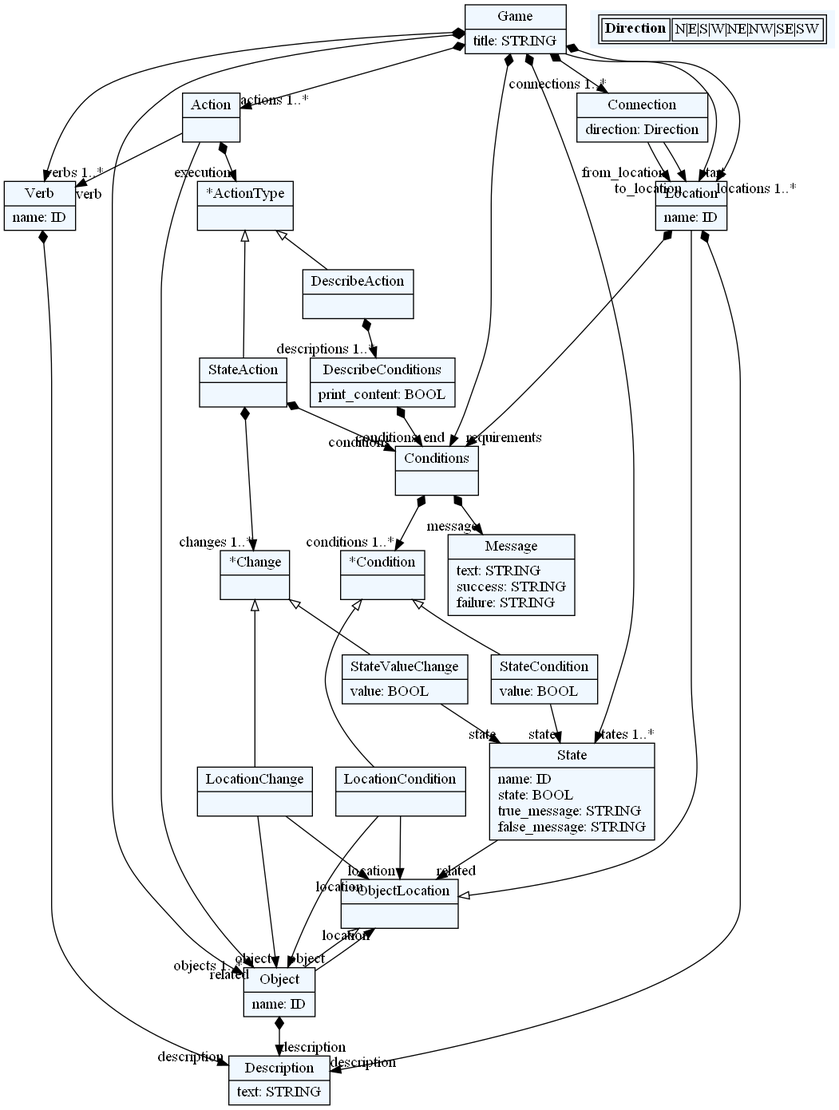
Above: dotexport/grammar.png in AleksaIvkovic/WhatIf (Graphviz), before the change. Its source is kept beside it as dotexport/grammar.dot. Its diagram source:
```dot
    digraph textX {
    fontname = "Bitstream Vera Sans"
    fontsize = 8
    node[
        shape=record,
        style=filled,
        fillcolor=aliceblue
    ]
    nodesep = 0.3
    edge[dir=black,arrowtail=empty]


2930146832112[ label="{Game|title: STRING\l}"]

2930146844384[ label="{Verb|name: ID\l}"]

2930146829280[ label="{Location|name: ID\l}"]

2930146810400[ label="{Conditions|}"]

2930146809456[ label="{*Condition|}"]

2930146817008[ label="{StateCondition|value: BOOL\l}"]

2930146819840[ label="{LocationCondition|}"]

2930146852880[ label="{*ObjectLocation|}"]

2930146813232[ label="{Connection|direction: Direction\l}"]

2930146833056[ label="{Object|name: ID\l}"]

2930146828336[ label="{State|name: ID\lstate: BOOL\ltrue_message: STRING\lfalse_message: STRING\l}"]

2930146811344[ label="{*Change|}"]

2930146863264[ label="{StateValueChange|value: BOOL\l}"]

2930146857600[ label="{LocationChange|}"]

2930146827392[ label="{Action|}"]

2930146864208[ label="{*ActionType|}"]

2930178527008[ label="{StateAction|}"]

2930178525120[ label="{DescribeAction|}"]

2930146826448[ label="{DescribeConditions|print_content: BOOL\l}"]

2930146825504[ label="{Description|text: STRING\l}"]

2930146837776[ label="{Message|text: STRING\lsuccess: STRING\lfailure: STRING\l}"]



2930146832112 -> 2930146829280[headlabel="start "]
2930146832112 -> 2930146810400[arrowtail=diamond, dir=both, headlabel="end "]
2930146832112 -> 2930146829280[arrowtail=diamond, dir=both, headlabel="locations 1..*"]
2930146832112 -> 2930146813232[arrowtail=diamond, dir=both, headlabel="connections 1..*"]
2930146832112 -> 2930146833056[arrowtail=diamond, dir=both, headlabel="objects 1..*"]
2930146832112 -> 2930146828336[arrowtail=diamond, dir=both, headlabel="states 1..*"]
2930146832112 -> 2930146827392[arrowtail=diamond, dir=both, headlabel="actions 1..*"]
2930146832112 -> 2930146844384[arrowtail=diamond, dir=both, headlabel="verbs 1..*"]
2930146844384 -> 2930146825504[arrowtail=diamond, dir=both, headlabel="description "]
2930146829280 -> 2930146825504[arrowtail=diamond, dir=both, headlabel="description "]
2930146829280 -> 2930146810400[arrowtail=diamond, dir=both, headlabel="requirements "]
2930146810400 -> 2930146809456[arrowtail=diamond, dir=both, headlabel="conditions 1..*"]
2930146810400 -> 2930146837776[arrowtail=diamond, dir=both, headlabel="message "]
2930146809456 -> 2930146817008 [dir=back]
2930146809456 -> 2930146819840 [dir=back]
2930146817008 -> 2930146828336[headlabel="state "]
2930146819840 -> 2930146833056[headlabel="object "]
2930146819840 -> 2930146852880[headlabel="location "]
2930146852880 -> 2930146829280 [dir=back]
2930146852880 -> 2930146833056 [dir=back]
2930146813232 -> 2930146829280[headlabel="from_location "]
2930146813232 -> 2930146829280[headlabel="to_location "]
2930146833056 -> 2930146825504[arrowtail=diamond, dir=both, headlabel="description "]
2930146833056 -> 2930146852880[headlabel="location "]
2930146828336 -> 2930146852880[headlabel="related "]
2930146811344 -> 2930146863264 [dir=back]
2930146811344 -> 2930146857600 [dir=back]
2930146863264 -> 2930146828336[headlabel="state "]
2930146857600 -> 2930146833056[headlabel="object "]
2930146857600 -> 2930146852880[headlabel="location "]
2930146827392 -> 2930146844384[headlabel="verb "]
2930146827392 -> 2930146833056[headlabel="related "]
2930146827392 -> 2930146864208[arrowtail=diamond, dir=both, headlabel="execution "]
2930146864208 -> 2930178527008 [dir=back]
2930146864208 -> 2930178525120 [dir=back]
2930178527008 -> 2930146810400[arrowtail=diamond, dir=both, headlabel="conditions "]
2930178527008 -> 2930146811344[arrowtail=diamond, dir=both, headlabel="changes 1..*"]
2930178525120 -> 2930146826448[arrowtail=diamond, dir=both, headlabel="descriptions 1..*"]
2930146826448 -> 2930146810400[arrowtail=diamond, dir=both, headlabel="conditions "]
match_rules [ shape=plaintext, label=< <table>
	<tr>
		<td><b>Direction</b></td><td>N|E|S|W|NE|NW|SE|SW</td>
	</tr>
</table> >]


}
```
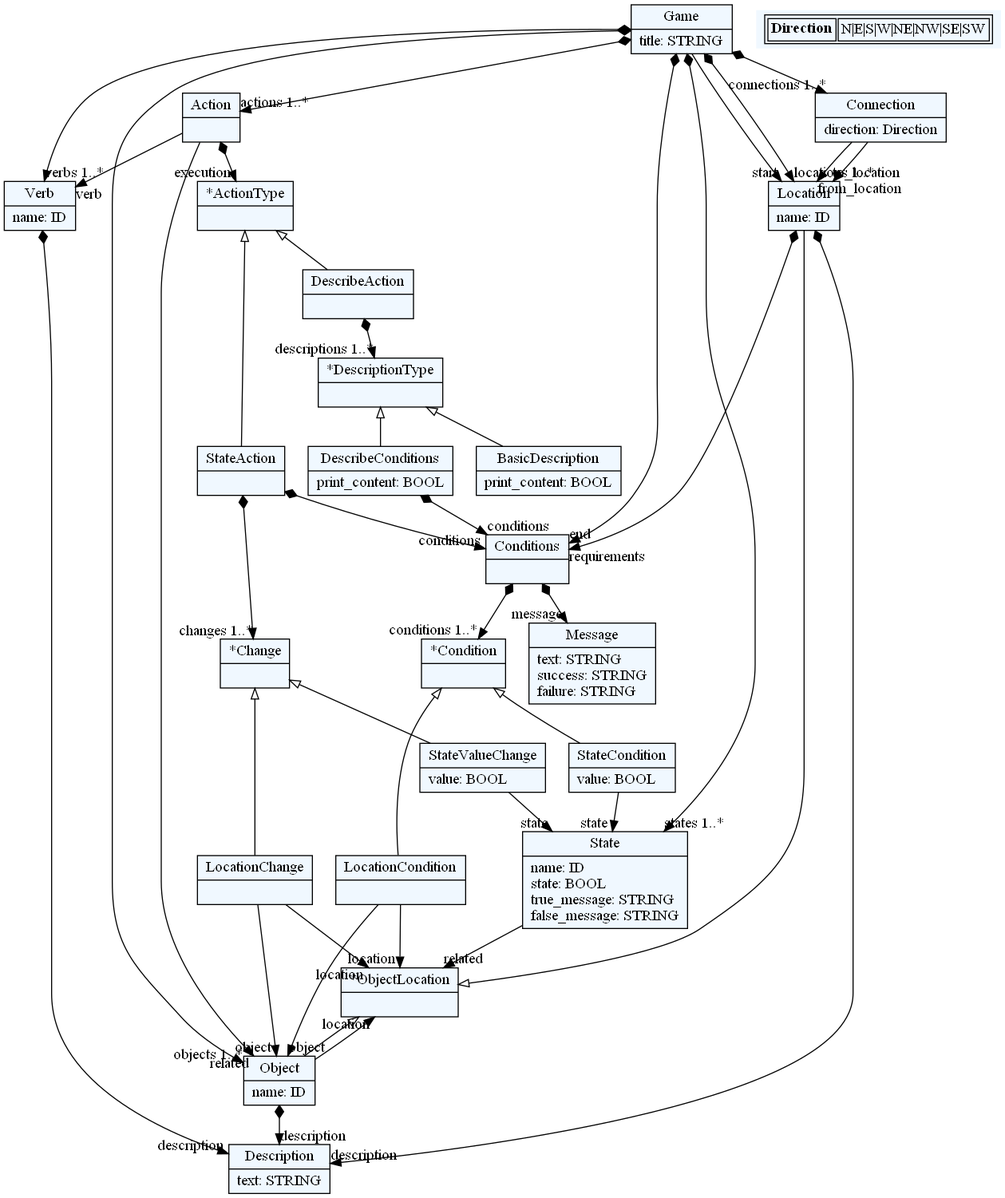
Above is the later version.

Diff of the diagram source:
```diff
@@ -10,89 +10,95 @@
     edge[dir=black,arrowtail=empty]
 
 
-2930146832112[ label="{Game|title: STRING\l}"]
+1899128651104[ label="{Game|title: STRING\l}"]
 
-2930146844384[ label="{Verb|name: ID\l}"]
+1899128658656[ label="{Verb|name: ID\l}"]
 
-2930146829280[ label="{Location|name: ID\l}"]
+1899128637888[ label="{Location|name: ID\l}"]
 
-2930146810400[ label="{Conditions|}"]
+1899128636944[ label="{Conditions|}"]
 
-2930146809456[ label="{*Condition|}"]
+1899128636000[ label="{*Condition|}"]
 
-2930146817008[ label="{StateCondition|value: BOOL\l}"]
+1899128673760[ label="{StateCondition|value: BOOL\l}"]
 
-2930146819840[ label="{LocationCondition|}"]
+1899128657712[ label="{LocationCondition|}"]
 
-2930146852880[ label="{*ObjectLocation|}"]
+1899128669984[ label="{*ObjectLocation|}"]
 
-2930146813232[ label="{Connection|direction: Direction\l}"]
+1899128678480[ label="{Connection|direction: Direction\l}"]
 
-2930146833056[ label="{Object|name: ID\l}"]
+1899128649216[ label="{Object|name: ID\l}"]
 
-2930146828336[ label="{State|name: ID\lstate: BOOL\ltrue_message: STRING\lfalse_message: STRING\l}"]
+1899128686032[ label="{State|name: ID\lstate: BOOL\ltrue_message: STRING\lfalse_message: STRING\l}"]
 
-2930146811344[ label="{*Change|}"]
+1899128683200[ label="{*Change|}"]
 
-2930146863264[ label="{StateValueChange|value: BOOL\l}"]
+1899128690752[ label="{StateValueChange|value: BOOL\l}"]
 
-2930146857600[ label="{LocationChange|}"]
+1899129433168[ label="{LocationChange|}"]
 
-2930146827392[ label="{Action|}"]
+1899129442608[ label="{Action|}"]
 
-2930146864208[ label="{*ActionType|}"]
+1899129434112[ label="{*ActionType|}"]
 
-2930178527008[ label="{StateAction|}"]
+1899129444496[ label="{StateAction|}"]
 
-2930178525120[ label="{DescribeAction|}"]
+1899129437888[ label="{DescribeAction|}"]
 
-2930146826448[ label="{DescribeConditions|print_content: BOOL\l}"]
+1899129439776[ label="{*DescriptionType|}"]
 
-2930146825504[ label="{Description|text: STRING\l}"]
+1899129415232[ label="{BasicDescription|print_content: BOOL\l}"]
 
-2930146837776[ label="{Message|text: STRING\lsuccess: STRING\lfailure: STRING\l}"]
+1899129441664[ label="{DescribeConditions|print_content: BOOL\l}"]
+
+1899129417120[ label="{Description|text: STRING\l}"]
+
+1899129422784[ label="{Message|text: STRING\lsuccess: STRING\lfailure: STRING\l}"]
 
 
 
-2930146832112 -> 2930146829280[headlabel="start "]
-2930146832112 -> 2930146810400[arrowtail=diamond, dir=both, headlabel="end "]
-2930146832112 -> 2930146829280[arrowtail=diamond, dir=both, headlabel="locations 1..*"]
-2930146832112 -> 2930146813232[arrowtail=diamond, dir=both, headlabel="connections 1..*"]
-2930146832112 -> 2930146833056[arrowtail=diamond, dir=both, headlabel="objects 1..*"]
-2930146832112 -> 2930146828336[arrowtail=diamond, dir=both, headlabel="states 1..*"]
-2930146832112 -> 2930146827392[arrowtail=diamond, dir=both, headlabel="actions 1..*"]
-2930146832112 -> 2930146844384[arrowtail=diamond, dir=both, headlabel="verbs 1..*"]
-2930146844384 -> 2930146825504[arrowtail=diamond, dir=both, headlabel="description "]
-2930146829280 -> 2930146825504[arrowtail=diamond, dir=both, headlabel="description "]
-2930146829280 -> 2930146810400[arrowtail=diamond, dir=both, headlabel="requirements "]
-2930146810400 -> 2930146809456[arrowtail=diamond, dir=both, headlabel="conditions 1..*"]
-2930146810400 -> 2930146837776[arrowtail=diamond, dir=both, headlabel="message "]
-2930146809456 -> 2930146817008 [dir=back]
-2930146809456 -> 2930146819840 [dir=back]
-2930146817008 -> 2930146828336[headlabel="state "]
-2930146819840 -> 2930146833056[headlabel="object "]
-2930146819840 -> 2930146852880[headlabel="location "]
-2930146852880 -> 2930146829280 [dir=back]
-2930146852880 -> 2930146833056 [dir=back]
-2930146813232 -> 2930146829280[headlabel="from_location "]
-2930146813232 -> 2930146829280[headlabel="to_location "]
-2930146833056 -> 2930146825504[arrowtail=diamond, dir=both, headlabel="description "]
-2930146833056 -> 2930146852880[headlabel="location "]
-2930146828336 -> 2930146852880[headlabel="related "]
-2930146811344 -> 2930146863264 [dir=back]
-2930146811344 -> 2930146857600 [dir=back]
-2930146863264 -> 2930146828336[headlabel="state "]
-2930146857600 -> 2930146833056[headlabel="object "]
-2930146857600 -> 2930146852880[headlabel="location "]
-2930146827392 -> 2930146844384[headlabel="verb "]
-2930146827392 -> 2930146833056[headlabel="related "]
-2930146827392 -> 2930146864208[arrowtail=diamond, dir=both, headlabel="execution "]
-2930146864208 -> 2930178527008 [dir=back]
-2930146864208 -> 2930178525120 [dir=back]
-2930178527008 -> 2930146810400[arrowtail=diamond, dir=both, headlabel="conditions "]
-2930178527008 -> 2930146811344[arrowtail=diamond, dir=both, headlabel="changes 1..*"]
-2930178525120 -> 2930146826448[arrowtail=diamond, dir=both, headlabel="descriptions 1..*"]
-2930146826448 -> 2930146810400[arrowtail=diamond, dir=both, headlabel="conditions "]
+1899128651104 -> 1899128637888[headlabel="start "]
+1899128651104 -> 1899128636944[arrowtail=diamond, dir=both, headlabel="end "]
+1899128651104 -> 1899128637888[arrowtail=diamond, dir=both, headlabel="locations 1..*"]
+1899128651104 -> 1899128678480[arrowtail=diamond, dir=both, headlabel="connections 1..*"]
+1899128651104 -> 1899128649216[arrowtail=diamond, dir=both, headlabel="objects 1..*"]
+1899128651104 -> 1899128686032[arrowtail=diamond, dir=both, headlabel="states 1..*"]
+1899128651104 -> 1899129442608[arrowtail=diamond, dir=both, headlabel="actions 1..*"]
+1899128651104 -> 1899128658656[arrowtail=diamond, dir=both, headlabel="verbs 1..*"]
+1899128658656 -> 1899129417120[arrowtail=diamond, dir=both, headlabel="description "]
+1899128637888 -> 1899129417120[arrowtail=diamond, dir=both, headlabel="description "]
+1899128637888 -> 1899128636944[arrowtail=diamond, dir=both, headlabel="requirements "]
+1899128636944 -> 1899128636000[arrowtail=diamond, dir=both, headlabel="conditions 1..*"]
+1899128636944 -> 1899129422784[arrowtail=diamond, dir=both, headlabel="message "]
+1899128636000 -> 1899128673760 [dir=back]
+1899128636000 -> 1899128657712 [dir=back]
+1899128673760 -> 1899128686032[headlabel="state "]
+1899128657712 -> 1899128649216[headlabel="object "]
+1899128657712 -> 1899128669984[headlabel="location "]
+1899128669984 -> 1899128637888 [dir=back]
+1899128669984 -> 1899128649216 [dir=back]
+1899128678480 -> 1899128637888[headlabel="from_location "]
+1899128678480 -> 1899128637888[headlabel="to_location "]
+1899128649216 -> 1899129417120[arrowtail=diamond, dir=both, headlabel="description "]
+1899128649216 -> 1899128669984[headlabel="location "]
+1899128686032 -> 1899128669984[headlabel="related "]
+1899128683200 -> 1899128690752 [dir=back]
+1899128683200 -> 1899129433168 [dir=back]
+1899128690752 -> 1899128686032[headlabel="state "]
+1899129433168 -> 1899128649216[headlabel="object "]
+1899129433168 -> 1899128669984[headlabel="location "]
+1899129442608 -> 1899128658656[headlabel="verb "]
+1899129442608 -> 1899128649216[headlabel="related "]
+1899129442608 -> 1899129434112[arrowtail=diamond, dir=both, headlabel="execution "]
+1899129434112 -> 1899129444496 [dir=back]
+1899129434112 -> 1899129437888 [dir=back]
+1899129444496 -> 1899128636944[arrowtail=diamond, dir=both, headlabel="conditions "]
+1899129444496 -> 1899128683200[arrowtail=diamond, dir=both, headlabel="changes 1..*"]
+1899129437888 -> 1899129439776[arrowtail=diamond, dir=both, headlabel="descriptions 1..*"]
+1899129439776 -> 1899129415232 [dir=back]
+1899129439776 -> 1899129441664 [dir=back]
+1899129441664 -> 1899128636944[arrowtail=diamond, dir=both, headlabel="conditions "]
 match_rules [ shape=plaintext, label=< <table>
 	<tr>
 		<td><b>Direction</b></td><td>N|E|S|W|NE|NW|SE|SW</td>
```
